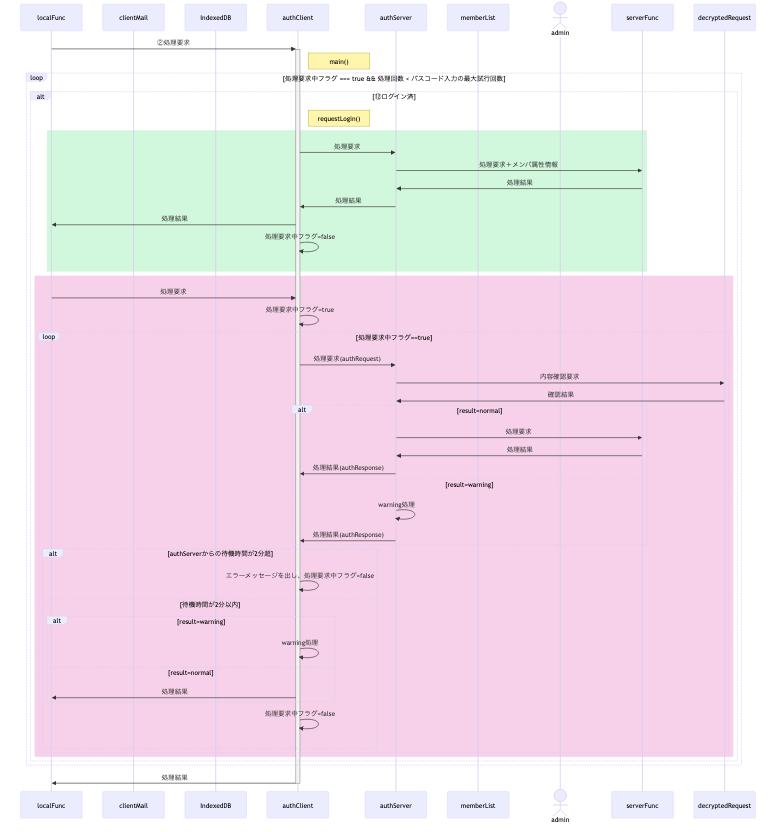
nakaone/library keeps this Mermaid diagram as underDev/Auth/img/processingRequest.png. Above is the earlier version. Its source is kept beside it as underDev/Auth/doc/processingRequest.mermaid. Its diagram source:
```mermaid

sequenceDiagram
  participant localFunc
  participant clientMail
  participant IndexedDB
  participant authClient
  participant authServer
  participant memberList
  actor admin

  localFunc->>+authClient: ②処理要求
  Note right of authClient: main()

  loop 処理要求中フラグ === true && 処理回数 < パスコード入力の最大試行回数

    alt ⑫ログイン済
      Note right of authClient: requestLogin()

      rect rgba(209, 247, 221, 1)

        authClient->>authServer: 処理要求
        authServer->>serverFunc: 処理要求＋メンバ属性情報
        serverFunc->>authServer: 処理結果
        authServer->>authClient: 処理結果
        authClient->>localFunc: 処理結果
        authClient->>authClient: 処理要求中フラグ=false

      end

      rect rgba(247, 209, 233, 1)

        localFunc->>authClient: 処理要求
        authClient->>authClient: 処理要求中フラグ=true
        loop 処理要求中フラグ==true
          authClient->>authServer: 処理要求(authRequest)

          authServer->>decryptedRequest: 内容確認要求
          decryptedRequest->>authServer: 確認結果

          alt result=normal
            authServer->>serverFunc: 処理要求
            serverFunc->>authServer: 処理結果
            authServer->>authClient: 処理結果(authResponse)
          else result=warning
            authServer->>authServer: warning処理
            authServer->>authClient: 処理結果(authResponse)
          end

          alt authServerからの待機時間が2分超
            authClient->>authClient: エラーメッセージを出し、処理要求中フラグ=false
          else 待機時間が2分以内
            alt result=warning
              authClient->>authClient: warning処理
            else result=normal
              authClient->>localFunc: 処理結果
            end
            authClient->>authClient: 処理要求中フラグ=false
          end
        end


      end
    end
  end

  authClient->>-localFunc: 処理結果
```
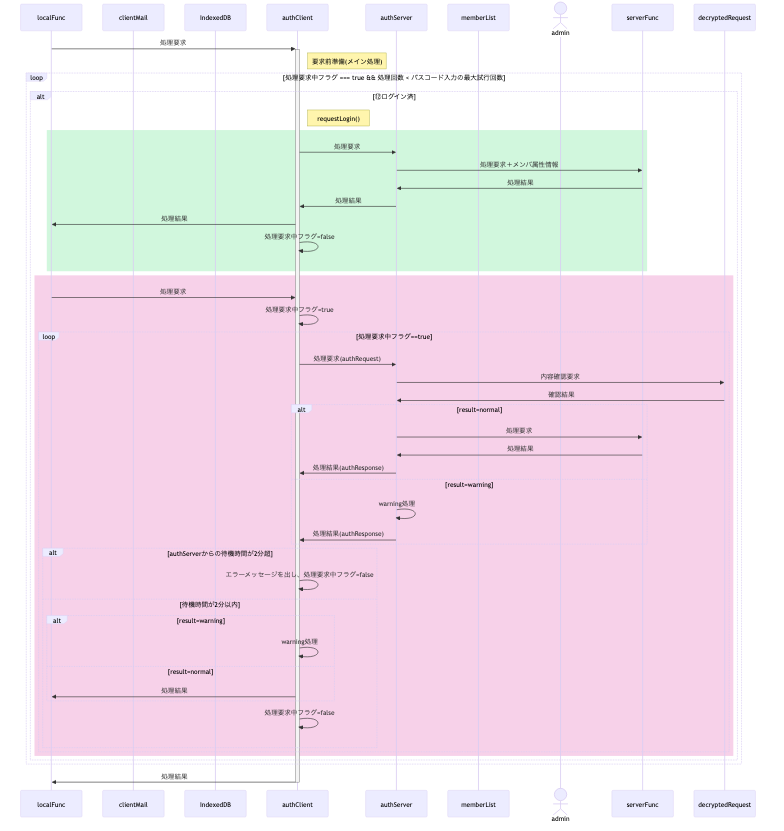
Above is the later version.

Diff of the diagram source:
```diff
@@ -8,8 +8,8 @@
   participant memberList
   actor admin
 
-  localFunc->>+authClient: ②処理要求
-  Note right of authClient: main()
+  localFunc->>+authClient: 処理要求
+  Note right of authClient: 要求前準備(メイン処理)
 
   loop 処理要求中フラグ === true && 処理回数 < パスコード入力の最大試行回数
 
```
